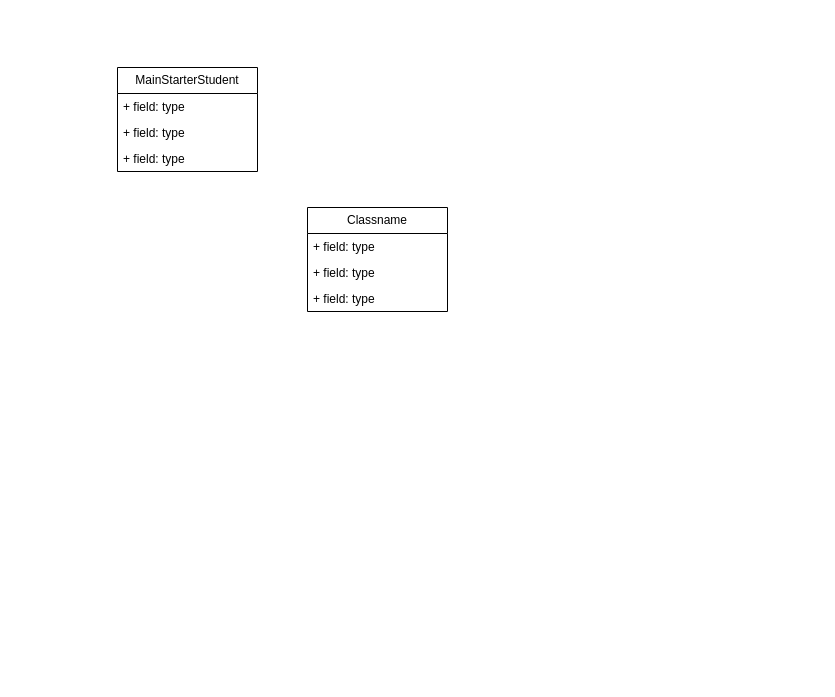
Spezzdidly/Python-FULL- keeps this draw.io diagram as Python (FULL) Diagram.drawio. Above is the earlier version. Source tidied: cells renumbered, new cells numbered last; positions are measured from the earlier drawing's top-left corner, leaving out a move shared by most shapes. Both pictures are drawn from the tidied source at 100%, with x=0, y=0 at pixel (117, 67).
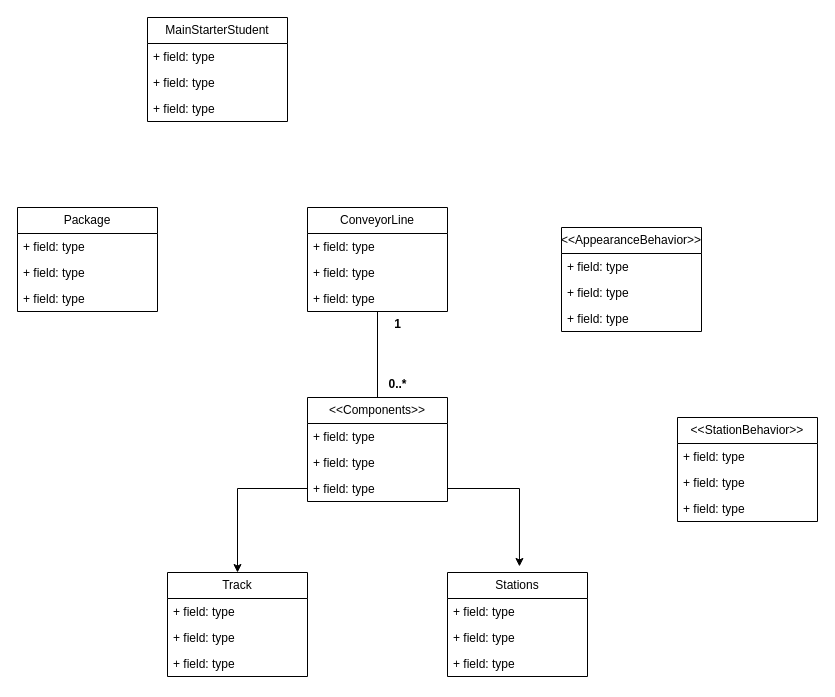
After the change.

Diff of the diagram source:
```diff
@@
     <mxCell id="2" value="MainStarterStudent" style="swimlane;fontStyle=0;horizontal=1;startSize=26;fillColor=none;whiteSpace=wrap;html=1;" parent="1" vertex="1">
-      <mxGeometry width="140" height="104" as="geometry" />
+      <mxGeometry x="30" y="-50" width="140" height="104" as="geometry" />
     </mxCell>
@@
+    <mxCell id="10" style="edgeStyle=orthogonalEdgeStyle;rounded=0;jettySize=auto;html=1;entryX=0.5;entryY=0;entryDx=0;entryDy=0;endArrow=none;endFill=0;" parent="1" edge="1" source="6" target="11">
+      <mxGeometry relative="1" as="geometry" />
+    </mxCell>
-    <mxCell id="6" value="Classname" style="swimlane;fontStyle=0;horizontal=1;startSize=26;fillColor=none;whiteSpace=wrap;html=1;" parent="1" vertex="1">
+    <mxCell id="6" value="ConveyorLine" style="swimlane;fontStyle=0;horizontal=1;startSize=26;fillColor=none;whiteSpace=wrap;html=1;" parent="1" vertex="1">
       <mxGeometry x="190" y="140" width="140" height="104" as="geometry" />
     </mxCell>
@@
+    <mxCell id="11" value="&amp;lt;&amp;lt;Components&amp;gt;&amp;gt;" style="swimlane;fontStyle=0;horizontal=1;startSize=26;fillColor=none;whiteSpace=wrap;html=1;" parent="1" vertex="1">
+      <mxGeometry x="190" y="330" width="140" height="104" as="geometry" />
+    </mxCell>
+    <mxCell id="12" value="+ field: type" style="text;strokeColor=none;fillColor=none;align=left;verticalAlign=top;spacingLeft=4;spacingRight=4;overflow=hidden;whiteSpace=wrap;html=1;" parent="11" vertex="1">
+      <mxGeometry y="26" width="140" height="26" as="geometry" />
+    </mxCell>
+    <mxCell id="13" value="+ field: type" style="text;strokeColor=none;fillColor=none;align=left;verticalAlign=top;spacingLeft=4;spacingRight=4;overflow=hidden;whiteSpace=wrap;html=1;" parent="11" vertex="1">
+      <mxGeometry y="52" width="140" height="26" as="geometry" />
+    </mxCell>
+    <mxCell id="14" value="+ field: type" style="text;strokeColor=none;fillColor=none;align=left;verticalAlign=top;spacingLeft=4;spacingRight=4;overflow=hidden;points=[[0,0.5],[1,0.5]];portConstraint=eastwest;whiteSpace=wrap;html=1;" parent="11" vertex="1">
+      <mxGeometry y="78" width="140" height="26" as="geometry" />
+    </mxCell>
+    <mxCell id="15" value="Track" style="swimlane;fontStyle=0;horizontal=1;startSize=26;fillColor=none;whiteSpace=wrap;html=1;" parent="1" vertex="1">
+      <mxGeometry x="50" y="505" width="140" height="104" as="geometry" />
+    </mxCell>
+    <mxCell id="16" value="+ field: type" style="text;strokeColor=none;fillColor=none;align=left;verticalAlign=top;spacingLeft=4;spacingRight=4;overflow=hidden;whiteSpace=wrap;html=1;" parent="15" vertex="1">
+      <mxGeometry y="26" width="140" height="26" as="geometry" />
+    </mxCell>
+    <mxCell id="17" value="+ field: type" style="text;strokeColor=none;fillColor=none;align=left;verticalAlign=top;spacingLeft=4;spacingRight=4;overflow=hidden;whiteSpace=wrap;html=1;" parent="15" vertex="1">
+      <mxGeometry y="52" width="140" height="26" as="geometry" />
+    </mxCell>
+    <mxCell id="18" value="+ field: type" style="text;strokeColor=none;fillColor=none;align=left;verticalAlign=top;spacingLeft=4;spacingRight=4;overflow=hidden;whiteSpace=wrap;html=1;" parent="15" vertex="1">
+      <mxGeometry y="78" width="140" height="26" as="geometry" />
+    </mxCell>
+    <mxCell id="19" value="Stations" style="swimlane;fontStyle=0;horizontal=1;startSize=26;fillColor=none;whiteSpace=wrap;html=1;" parent="1" vertex="1">
+      <mxGeometry x="330" y="505" width="140" height="104" as="geometry" />
+    </mxCell>
+    <mxCell id="20" value="+ field: type" style="text;strokeColor=none;fillColor=none;align=left;verticalAlign=top;spacingLeft=4;spacingRight=4;overflow=hidden;whiteSpace=wrap;html=1;" parent="19" vertex="1">
+      <mxGeometry y="26" width="140" height="26" as="geometry" />
+    </mxCell>
+    <mxCell id="21" value="+ field: type" style="text;strokeColor=none;fillColor=none;align=left;verticalAlign=top;spacingLeft=4;spacingRight=4;overflow=hidden;whiteSpace=wrap;html=1;" parent="19" vertex="1">
+      <mxGeometry y="52" width="140" height="26" as="geometry" />
+    </mxCell>
+    <mxCell id="22" value="+ field: type" style="text;strokeColor=none;fillColor=none;align=left;verticalAlign=top;spacingLeft=4;spacingRight=4;overflow=hidden;whiteSpace=wrap;html=1;" parent="19" vertex="1">
+      <mxGeometry y="78" width="140" height="26" as="geometry" />
+    </mxCell>
+    <mxCell id="23" style="edgeStyle=orthogonalEdgeStyle;rounded=0;jettySize=auto;html=1;entryX=0.5;entryY=0;entryDx=0;entryDy=0;" parent="1" edge="1" source="14" target="15">
+      <mxGeometry relative="1" as="geometry" />
+    </mxCell>
+    <mxCell id="24" style="edgeStyle=orthogonalEdgeStyle;rounded=0;jettySize=auto;html=1;entryX=0.514;entryY=-0.058;entryDx=0;entryDy=0;entryPerimeter=0;" parent="1" edge="1" source="14" target="19">
+      <mxGeometry relative="1" as="geometry" />
+    </mxCell>
+    <mxCell id="25" value="1" style="text;align=center;fontStyle=1;verticalAlign=middle;spacingLeft=3;spacingRight=3;strokeColor=none;html=1;" parent="1" vertex="1">
+      <mxGeometry x="240" y="244" width="80" height="26" as="geometry" />
+    </mxCell>
+    <mxCell id="26" value="0..*" style="text;align=center;fontStyle=1;verticalAlign=middle;spacingLeft=3;spacingRight=3;strokeColor=none;html=1;" parent="1" vertex="1">
+      <mxGeometry x="240" y="304" width="80" height="26" as="geometry" />
+    </mxCell>
+    <mxCell id="27" value="Package" style="swimlane;fontStyle=0;horizontal=1;startSize=26;fillColor=none;whiteSpace=wrap;html=1;" parent="1" vertex="1">
+      <mxGeometry x="-100" y="140" width="140" height="104" as="geometry" />
+    </mxCell>
+    <mxCell id="28" value="+ field: type" style="text;strokeColor=none;fillColor=none;align=left;verticalAlign=top;spacingLeft=4;spacingRight=4;overflow=hidden;whiteSpace=wrap;html=1;" parent="27" vertex="1">
+      <mxGeometry y="26" width="140" height="26" as="geometry" />
+    </mxCell>
+    <mxCell id="29" value="+ field: type" style="text;strokeColor=none;fillColor=none;align=left;verticalAlign=top;spacingLeft=4;spacingRight=4;overflow=hidden;whiteSpace=wrap;html=1;" parent="27" vertex="1">
+      <mxGeometry y="52" width="140" height="26" as="geometry" />
+    </mxCell>
+    <mxCell id="30" value="+ field: type" style="text;strokeColor=none;fillColor=none;align=left;verticalAlign=top;spacingLeft=4;spacingRight=4;overflow=hidden;whiteSpace=wrap;html=1;" parent="27" vertex="1">
+      <mxGeometry y="78" width="140" height="26" as="geometry" />
+    </mxCell>
+    <mxCell id="31" value="&amp;lt;&amp;lt;StationBehavior&amp;gt;&amp;gt;" style="swimlane;fontStyle=0;horizontal=1;startSize=26;fillColor=none;whiteSpace=wrap;html=1;" parent="1" vertex="1">
+      <mxGeometry x="560" y="350" width="140" height="104" as="geometry" />
+    </mxCell>
+    <mxCell id="32" value="+ field: type" style="text;strokeColor=none;fillColor=none;align=left;verticalAlign=top;spacingLeft=4;spacingRight=4;overflow=hidden;whiteSpace=wrap;html=1;" parent="31" vertex="1">
+      <mxGeometry y="26" width="140" height="26" as="geometry" />
+    </mxCell>
+    <mxCell id="33" value="+ field: type" style="text;strokeColor=none;fillColor=none;align=left;verticalAlign=top;spacingLeft=4;spacingRight=4;overflow=hidden;whiteSpace=wrap;html=1;" parent="31" vertex="1">
+      <mxGeometry y="52" width="140" height="26" as="geometry" />
+    </mxCell>
+    <mxCell id="34" value="+ field: type" style="text;strokeColor=none;fillColor=none;align=left;verticalAlign=top;spacingLeft=4;spacingRight=4;overflow=hidden;whiteSpace=wrap;html=1;" parent="31" vertex="1">
+      <mxGeometry y="78" width="140" height="26" as="geometry" />
+    </mxCell>
+    <mxCell id="35" value="&amp;lt;&amp;lt;AppearanceBehavior&amp;gt;&amp;gt;" style="swimlane;fontStyle=0;horizontal=1;startSize=26;fillColor=none;whiteSpace=wrap;html=1;" parent="1" vertex="1">
+      <mxGeometry x="444" y="160" width="140" height="104" as="geometry" />
+    </mxCell>
+    <mxCell id="36" value="+ field: type" style="text;strokeColor=none;fillColor=none;align=left;verticalAlign=top;spacingLeft=4;spacingRight=4;overflow=hidden;whiteSpace=wrap;html=1;" parent="35" vertex="1">
+      <mxGeometry y="26" width="140" height="26" as="geometry" />
+    </mxCell>
+    <mxCell id="37" value="+ field: type" style="text;strokeColor=none;fillColor=none;align=left;verticalAlign=top;spacingLeft=4;spacingRight=4;overflow=hidden;whiteSpace=wrap;html=1;" parent="35" vertex="1">
+      <mxGeometry y="52" width="140" height="26" as="geometry" />
+    </mxCell>
+    <mxCell id="38" value="+ field: type" style="text;strokeColor=none;fillColor=none;align=left;verticalAlign=top;spacingLeft=4;spacingRight=4;overflow=hidden;whiteSpace=wrap;html=1;" parent="35" vertex="1">
+      <mxGeometry y="78" width="140" height="26" as="geometry" />
+    </mxCell>
```
